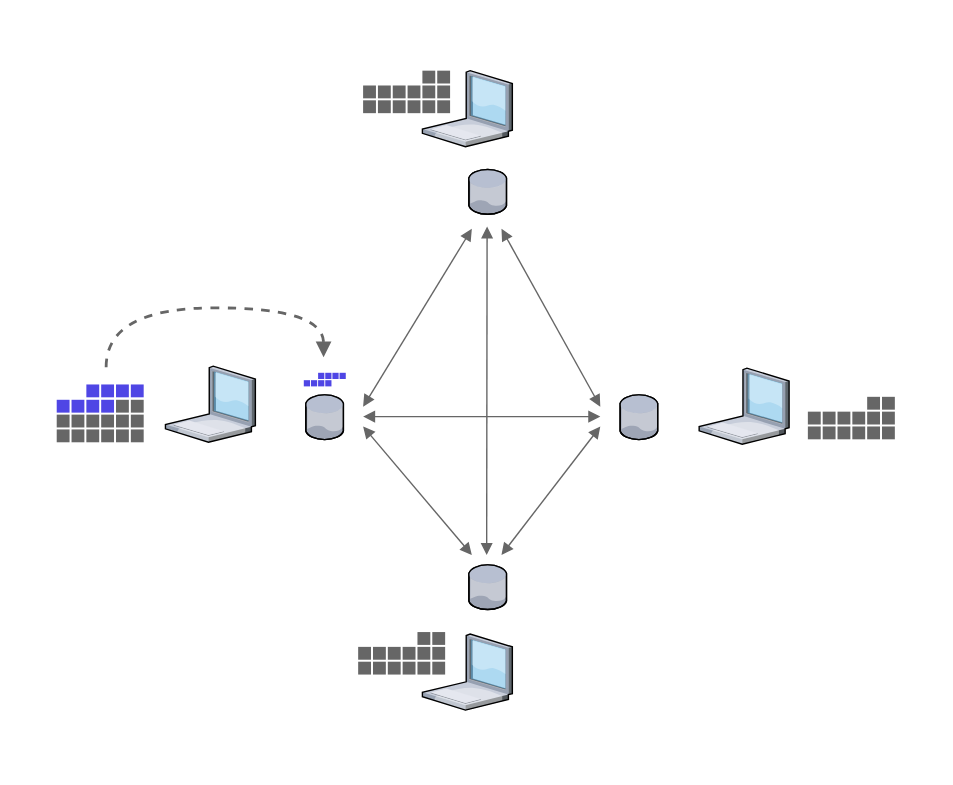
Earlier version of the draw.io export static/img/Device_Syncing.svg (Telios-org/telios-docs). Source tidied: cells renumbered, new cells last; positions are measured from the earlier drawing's top-left corner, leaving out a move shared by most shapes.
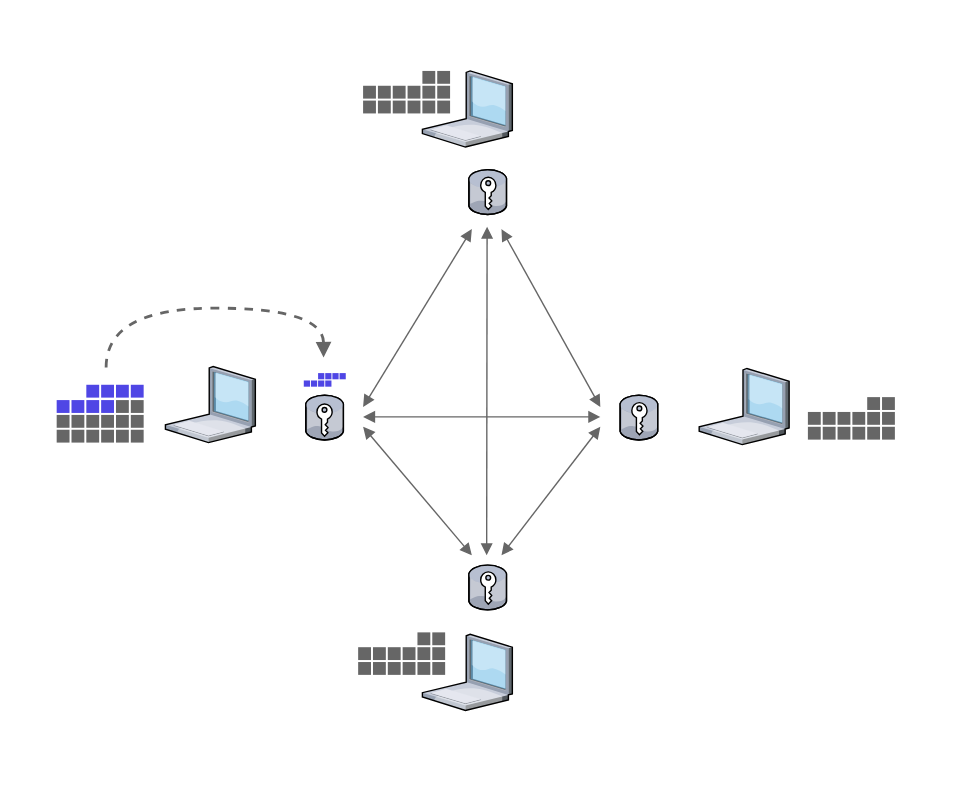
The same file after the commit.

The edit, as a diff of the source:
```diff
@@ -306,5 +306,17 @@
     <mxCell id="94" style="rounded=0;whiteSpace=wrap;html=1;fillColor=#666666;fontColor=#007FFF;align=center;strokeColor=none;opacity=0;" parent="1" vertex="1">
       <mxGeometry width="680" height="560" as="geometry" />
     </mxCell>
+    <mxCell id="95" style="shadow=0;dashed=0;html=1;labelPosition=center;verticalLabelPosition=bottom;verticalAlign=top;align=center;shape=mxgraph.office.security.key_permissions;fontColor=#007FFF;fillColor=#FFFFFF;" parent="1" vertex="1">
+      <mxGeometry x="226" y="288" width="10.8" height="23" as="geometry" />
+    </mxCell>
+    <mxCell id="96" style="shadow=0;dashed=0;html=1;labelPosition=center;verticalLabelPosition=bottom;verticalAlign=top;align=center;shape=mxgraph.office.security.key_permissions;fontColor=#007FFF;fillColor=#FFFFFF;" parent="1" vertex="1">
+      <mxGeometry x="343" y="126" width="10.8" height="23" as="geometry" />
+    </mxCell>
+    <mxCell id="97" style="shadow=0;dashed=0;html=1;labelPosition=center;verticalLabelPosition=bottom;verticalAlign=top;align=center;shape=mxgraph.office.security.key_permissions;fontColor=#007FFF;fillColor=#FFFFFF;" parent="1" vertex="1">
+      <mxGeometry x="451" y="287" width="10.8" height="23" as="geometry" />
+    </mxCell>
+    <mxCell id="98" style="shadow=0;dashed=0;html=1;labelPosition=center;verticalLabelPosition=bottom;verticalAlign=top;align=center;shape=mxgraph.office.security.key_permissions;fontColor=#007FFF;fillColor=#FFFFFF;" parent="1" vertex="1">
+      <mxGeometry x="343" y="408" width="10.8" height="23" as="geometry" />
+    </mxCell>
   </root>
 </mxGraphModel>
```
